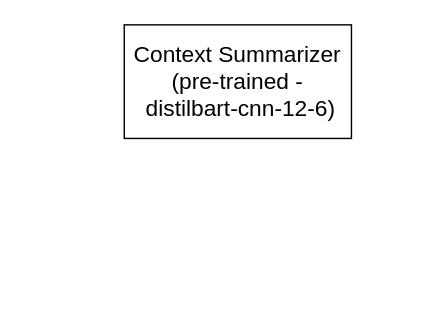
Earlier version of the draw.io diagram ctx summary.drawio (babangain/drawio). Source tidied: cells renumbered, new cells numbered last; positions are measured from the earlier drawing's top-left corner, leaving out a move shared by most shapes. Both pictures are drawn from the tidied source at 142%, with x=0, y=0 at pixel (124, 24).
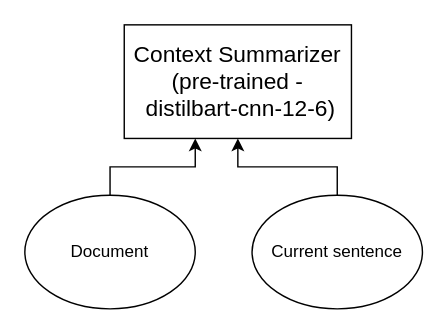
After the change.

What changed in the source:
```diff
@@
 <mxGraphModel>
   <root>
     <mxCell id="0" />
     <mxCell id="1" parent="0" />
     <mxCell id="2" value="&lt;font style=&quot;font-size: 16px;&quot;&gt;Context Summarizer&lt;br&gt;(pre-trained -&amp;nbsp;distilbart-cnn-12-6)&lt;br&gt;&lt;/font&gt;" style="rounded=0;whiteSpace=wrap;html=1;" parent="1" vertex="1">
       <mxGeometry width="160" height="80" as="geometry" />
     </mxCell>
+    <mxCell id="3" style="edgeStyle=orthogonalEdgeStyle;rounded=0;jettySize=auto;html=1;" parent="1" edge="1" source="4" target="2">
+      <mxGeometry relative="1" as="geometry">
+        <Array as="points">
+          <mxPoint x="-10" y="100" />
+          <mxPoint x="50" y="100" />
+        </Array>
+      </mxGeometry>
+    </mxCell>
+    <mxCell id="4" value="Document" style="ellipse;whiteSpace=wrap;html=1;" parent="1" vertex="1">
+      <mxGeometry x="-70" y="120" width="120" height="80" as="geometry" />
+    </mxCell>
+    <mxCell id="5" style="edgeStyle=orthogonalEdgeStyle;rounded=0;jettySize=auto;html=1;" parent="1" edge="1" source="6" target="2">
+      <mxGeometry relative="1" as="geometry" />
+    </mxCell>
+    <mxCell id="6" value="Current sentence" style="ellipse;whiteSpace=wrap;html=1;" parent="1" vertex="1">
+      <mxGeometry x="90" y="120" width="120" height="80" as="geometry" />
+    </mxCell>
   </root>
 </mxGraphModel>
```
